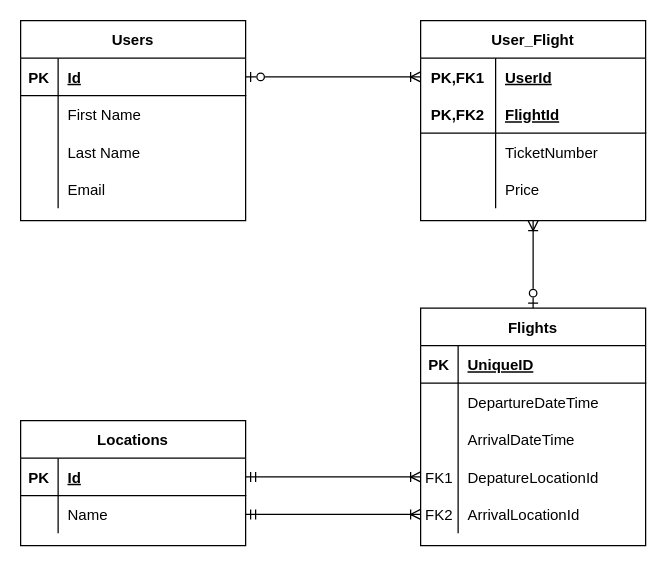
Stephen-Sim/WorldskillsKazan_2019 keeps this draw.io diagram as Session8 (Web)/airline-erd.drawio. Above is the earlier version. Source tidied: cells renumbered, new cells numbered last; positions are measured from the earlier drawing's top-left corner, leaving out a move shared by most shapes. Both pictures are drawn from the tidied source at 125%, with x=0, y=0 at pixel (20, 20).
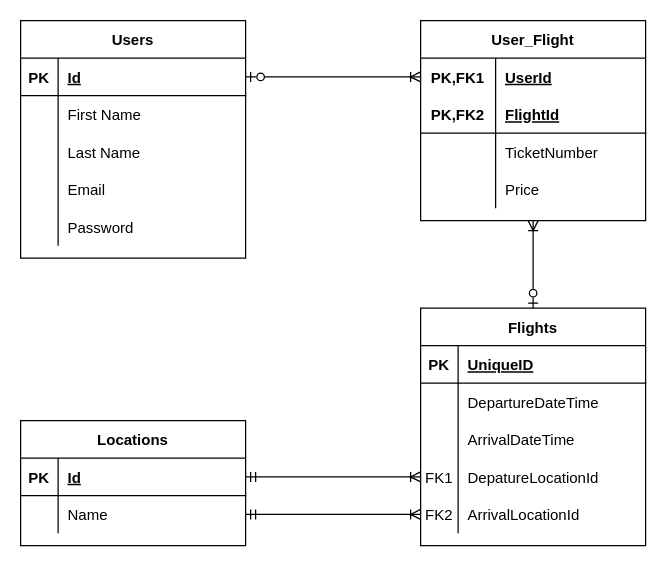
The same page after the edit.

What changed in the source:
```diff
@@
     <mxCell id="2" value="Users" style="shape=table;startSize=30;childLayout=tableLayout;rowLines=0;fontStyle=1;align=center;" parent="1" vertex="1">
-      <mxGeometry width="180" height="160" as="geometry" />
+      <mxGeometry width="180" height="190" as="geometry" />
     </mxCell>
@@
+    <mxCell id="55" style="shape=tableRow;horizontal=0;startSize=0;swimlaneHead=0;swimlaneBody=0;fillColor=none;top=0;left=0;right=0;bottom=0;" parent="2" vertex="1">
+      <mxGeometry y="150" width="180" height="30" as="geometry" />
+    </mxCell>
+    <mxCell id="56" style="shape=partialRectangle;fillColor=none;top=0;left=0;bottom=0;right=0;overflow=hidden;" parent="55" vertex="1">
+      <mxGeometry width="30" height="30" as="geometry" />
+    </mxCell>
+    <mxCell id="57" value="Password" style="shape=partialRectangle;fillColor=none;top=0;left=0;bottom=0;right=0;align=left;spacingLeft=6;overflow=hidden;" parent="55" vertex="1">
+      <mxGeometry x="30" width="150" height="30" as="geometry" />
+    </mxCell>
```
